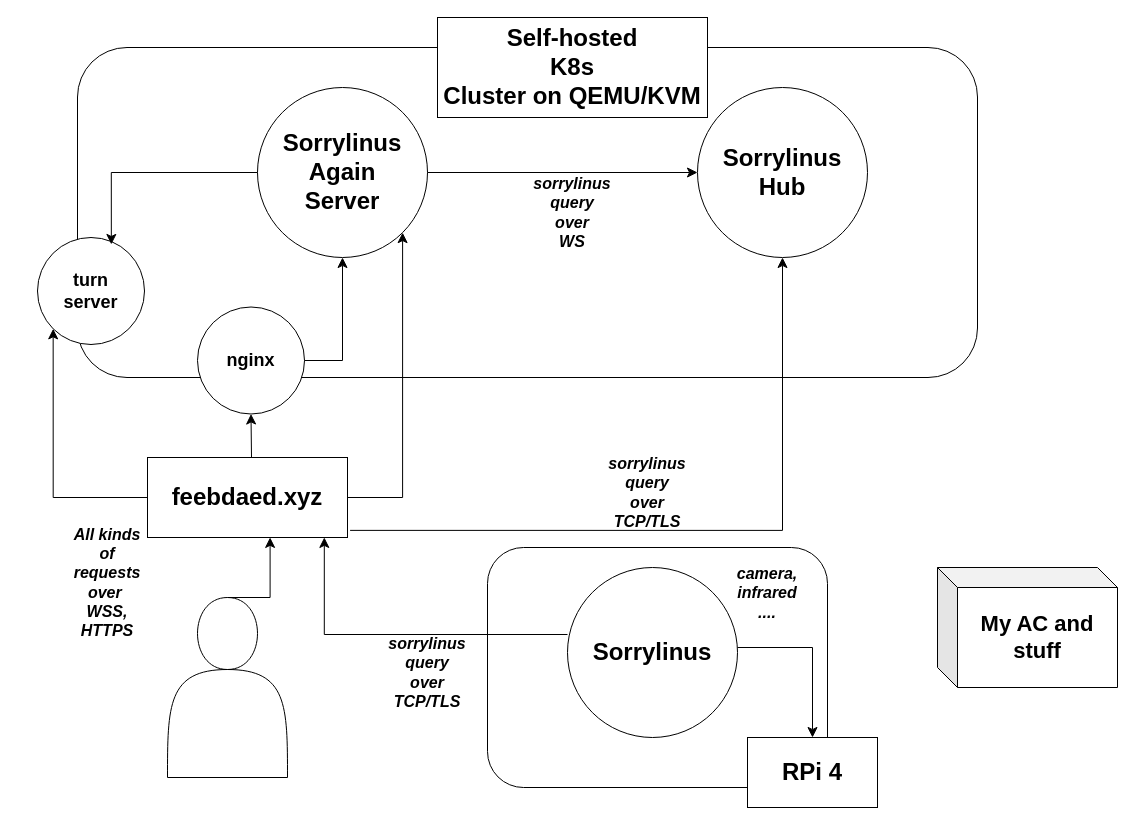
seantywork/sorrylinus keeps this draw.io diagram as doc/structure.drawio. Above is the earlier version. Source tidied: cells renumbered, new cells numbered last; positions are measured from the earlier drawing's top-left corner, leaving out a move shared by most shapes. Both pictures are drawn from the tidied source at 100%, with x=0, y=0 at pixel (37, 17).
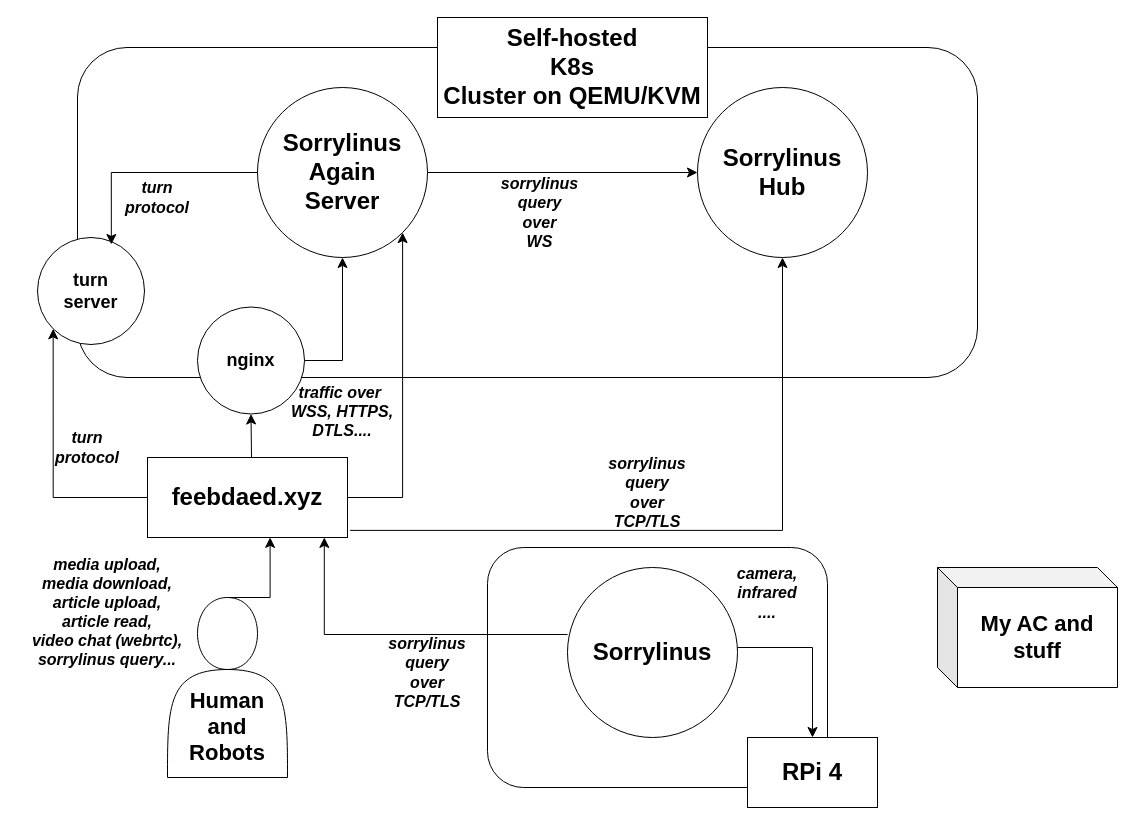
Above is the later version.

Change to the diagram source:
```diff
@@
-    <mxCell id="7" style="shape=actor;whiteSpace=wrap;html=1;" parent="1" vertex="1">
+    <mxCell id="7" value="&lt;div&gt;&lt;br&gt;&lt;/div&gt;&lt;div&gt;&lt;br&gt;&lt;/div&gt;&lt;div&gt;&lt;br&gt;&lt;/div&gt;Human&lt;div&gt;and&lt;/div&gt;&lt;div&gt;Robots&lt;/div&gt;" style="shape=actor;whiteSpace=wrap;html=1;fontStyle=1;fontSize=22;" parent="1" vertex="1">
       <mxGeometry x="130" y="580" width="120" height="180" as="geometry" />
     </mxCell>
@@
     <mxCell id="25" value="sorrylinus&lt;div&gt;query&lt;/div&gt;&lt;div&gt;over&lt;/div&gt;&lt;div&gt;WS&lt;/div&gt;" style="text;html=1;align=center;verticalAlign=middle;whiteSpace=wrap;rounded=0;fontStyle=3;fontSize=16;" parent="1" vertex="1">
-      <mxGeometry x="505" y="180" width="60" height="30" as="geometry" />
+      <mxGeometry x="440" y="180" width="125" height="30" as="geometry" />
     </mxCell>
-    <mxCell id="26" value="&lt;div&gt;All kinds of requests over&amp;nbsp;&lt;/div&gt;&lt;div&gt;WSS, HTTPS&lt;/div&gt;" style="text;html=1;align=center;verticalAlign=middle;whiteSpace=wrap;rounded=0;fontStyle=3;fontSize=16;" parent="1" vertex="1">
-      <mxGeometry x="40" y="550" width="60" height="30" as="geometry" />
+    <mxCell id="26" value="&lt;div&gt;traffic over&amp;nbsp;&lt;/div&gt;&lt;div&gt;WSS, HTTPS,&lt;/div&gt;&lt;div&gt;DTLS....&lt;/div&gt;" style="text;html=1;align=center;verticalAlign=middle;whiteSpace=wrap;rounded=0;fontStyle=3;fontSize=16;" parent="1" vertex="1">
+      <mxGeometry x="240" y="379" width="130" height="30" as="geometry" />
     </mxCell>
@@
+    <mxCell id="29" value="&lt;div&gt;turn&lt;/div&gt;&lt;div&gt;protocol&lt;/div&gt;" style="text;html=1;align=center;verticalAlign=middle;whiteSpace=wrap;rounded=0;fontStyle=3;fontSize=16;" parent="1" vertex="1">
+      <mxGeometry x="20" y="420" width="60" height="20" as="geometry" />
+    </mxCell>
+    <mxCell id="30" value="&lt;div&gt;turn&lt;/div&gt;&lt;div&gt;protocol&lt;/div&gt;" style="text;html=1;align=center;verticalAlign=middle;whiteSpace=wrap;rounded=0;fontStyle=3;fontSize=16;" parent="1" vertex="1">
+      <mxGeometry x="90" y="170" width="60" height="20" as="geometry" />
+    </mxCell>
+    <mxCell id="31" value="&lt;div&gt;&lt;br&gt;&lt;/div&gt;&lt;div&gt;media upload,&lt;/div&gt;&lt;div&gt;media download,&lt;/div&gt;&lt;div&gt;article upload,&lt;/div&gt;&lt;div&gt;article read,&lt;/div&gt;&lt;div&gt;video chat (webrtc),&lt;/div&gt;&lt;div&gt;sorrylinus query...&lt;/div&gt;" style="text;html=1;align=center;verticalAlign=middle;whiteSpace=wrap;rounded=0;fontStyle=3;fontSize=16;" parent="1" vertex="1">
+      <mxGeometry x="-20" y="570" width="180" height="30" as="geometry" />
+    </mxCell>
```
